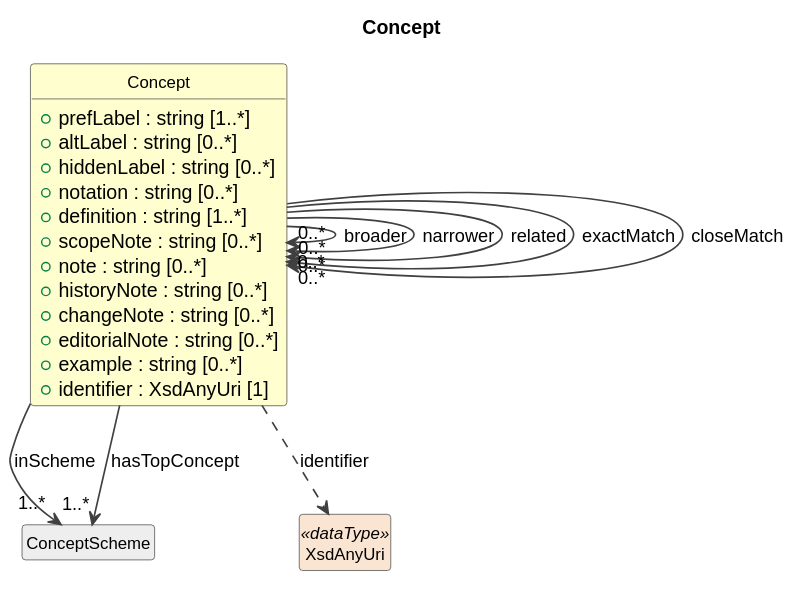
Cross-Domain-Interoperability-Framework/metadataBuildingBlocks keeps this PlantUML diagram as build/plantuml/cdifCodelist/Classes/Concept.svg. Above is the earlier version.
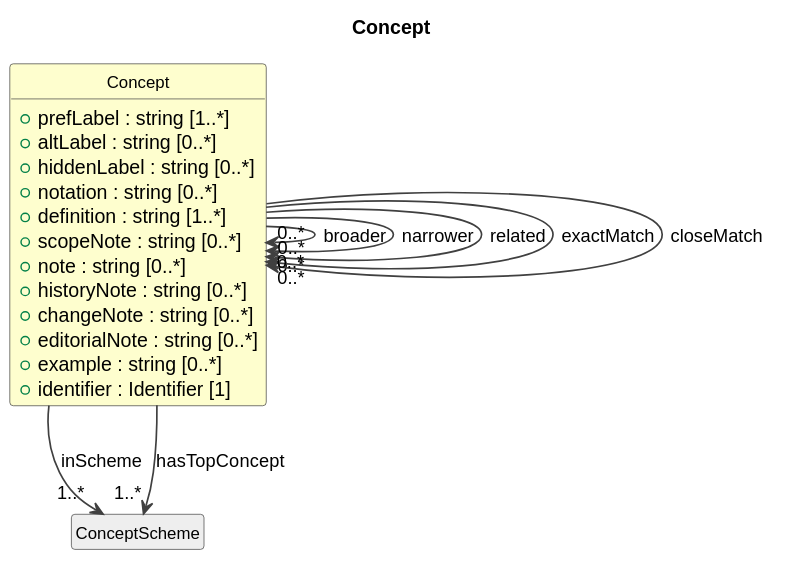
After the change.

Change to the diagram source:
```diff
@@ -22,7 +22,7 @@
   +changeNote : string [0..*]
   +editorialNote : string [0..*]
   +example : string [0..*]
-  +identifier : XsdAnyUri [1]
+  +identifier : Identifier [1]
 }
 class "ConceptScheme" as ConceptScheme #EEEEEE
 ConceptScheme "1..*" <-- Concept : hasTopConcept
@@ -32,6 +32,4 @@
 Concept --> "0..*" Concept : related
 Concept --> "0..*" Concept : exactMatch
 Concept --> "0..*" Concept : closeMatch
-class "XsdAnyUri" as XsdAnyUri <<dataType>> #FAE5D3
-Concept ..> XsdAnyUri : identifier
 @enduml
```
